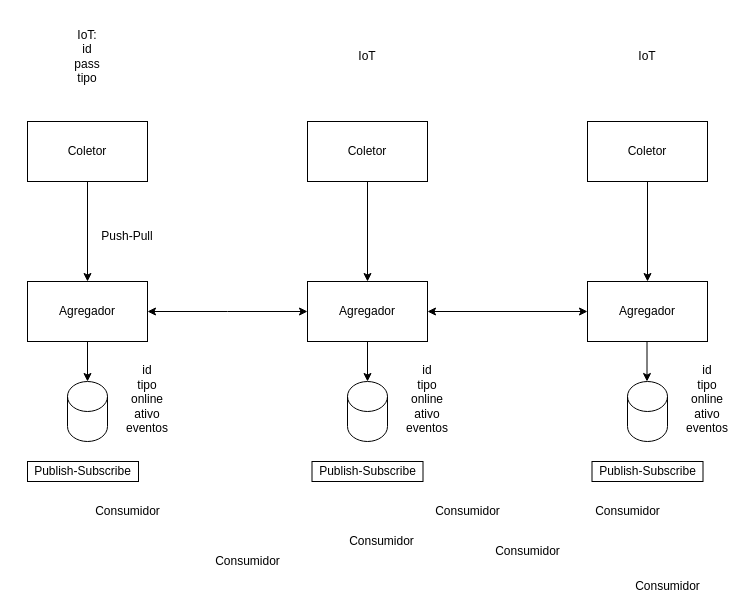
The draw.io diagram diagram.drawio in 29medium/PSD-SDGE_Project, before the edit. Source tidied: cells renumbered, new cells numbered last; positions are measured from the earlier drawing's top-left corner, leaving out a move shared by most shapes. Both pictures are drawn from the tidied source at 100%, with x=0, y=0 at pixel (27, 41).
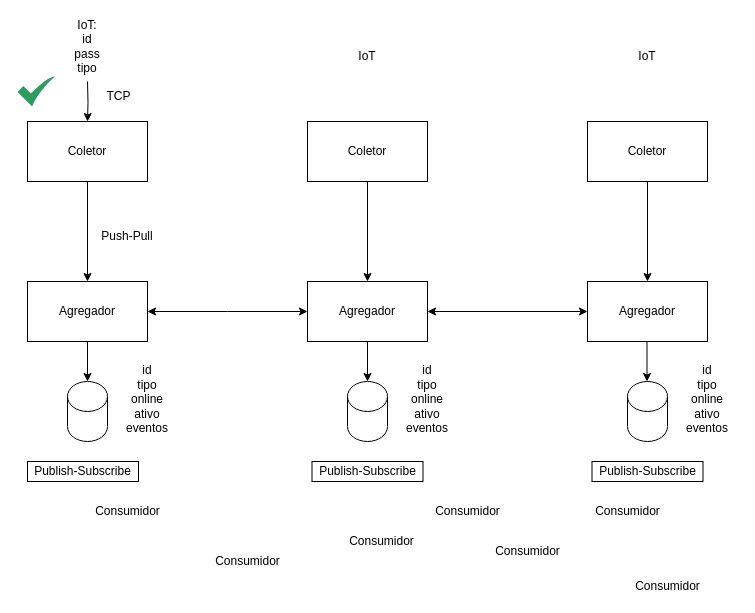
The same page after the edit.

Unchanged cells that the change refers to:
```xml
<mxCell id="3" value="&lt;div&gt;Coletor&lt;/div&gt;" style="rounded=0;whiteSpace=wrap;html=1;" parent="1" vertex="1">
  <mxGeometry y="80" width="120" height="60" as="geometry" />
</mxCell>
```

The edit, as a diff of the source:
```diff
@@
     <mxCell id="13" value="&lt;div&gt;IoT:&lt;/div&gt;&lt;div&gt;id&lt;/div&gt;&lt;div&gt;pass&lt;/div&gt;&lt;div&gt;tipo&lt;/div&gt;" style="text;html=1;strokeColor=none;fillColor=none;align=center;verticalAlign=middle;whiteSpace=wrap;rounded=0;" parent="1" vertex="1">
-      <mxGeometry x="30" width="60" height="30" as="geometry" />
+      <mxGeometry x="30" y="-10" width="60" height="30" as="geometry" />
     </mxCell>
@@
+    <mxCell id="37" style="sketch=0;html=1;strokeColor=none;shadow=0;align=center;verticalAlign=top;fillColor=#2D9C5E;shape=mxgraph.gcp2.check;" parent="1" vertex="1">
+      <mxGeometry x="-10" y="35" width="37.5" height="30" as="geometry" />
+    </mxCell>
+    <mxCell id="38" style="edgeStyle=orthogonalEdgeStyle;rounded=0;jettySize=auto;html=1;entryX=0.5;entryY=0;entryDx=0;entryDy=0;" parent="1" edge="1" target="3">
+      <mxGeometry relative="1" as="geometry">
+        <mxPoint x="60" y="40" as="sourcePoint" />
+      </mxGeometry>
+    </mxCell>
+    <mxCell id="39" value="TCP" style="text;html=1;align=center;verticalAlign=middle;strokeColor=none;fillColor=none;" parent="1" vertex="1">
+      <mxGeometry x="71" y="45" width="40" height="20" as="geometry" />
+    </mxCell>
```
